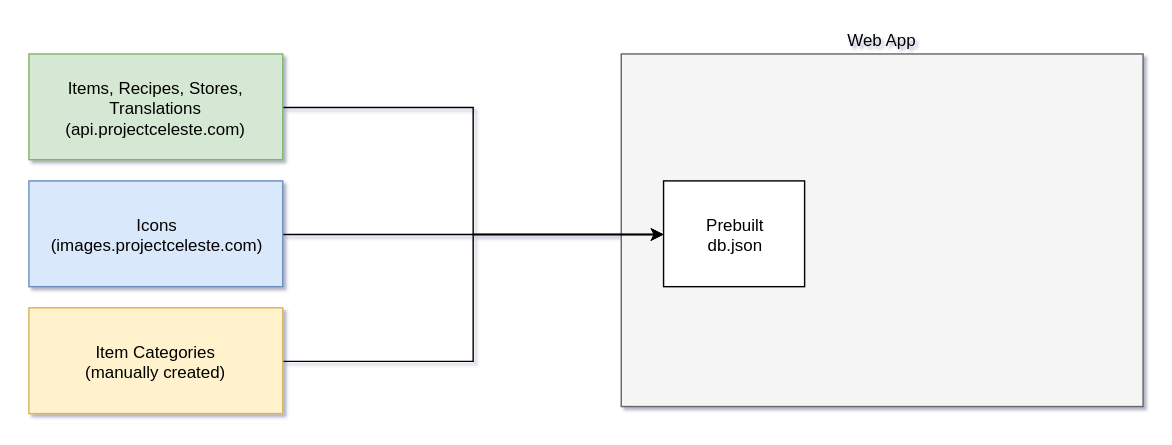
Before: docs/architecture.svg, a diagram exported from draw.io (n4bb12/celeste-search). Source tidied: cells renumbered, new cells last; positions are measured from the earlier drawing's top-left corner, leaving out a move shared by most shapes. Its diagram source:
```xml
<mxGraphModel shadow="1">
  <root>
    <mxCell id="0" />
    <mxCell id="1" parent="0" />
    <mxCell id="2" value="Web App" style="rounded=0;whiteSpace=wrap;html=1;labelPosition=center;verticalLabelPosition=top;align=center;verticalAlign=bottom;fillColor=#f5f5f5;strokeColor=#666666;" parent="1" vertex="1">
      <mxGeometry x="420" width="370" height="250" as="geometry" />
    </mxCell>
    <mxCell id="3" value="Prebuilt&lt;br&gt;db.json" style="rounded=0;whiteSpace=wrap;html=1;" parent="1" vertex="1">
      <mxGeometry x="450" y="90" width="100" height="75" as="geometry" />
    </mxCell>
    <mxCell id="4" style="edgeStyle=orthogonalEdgeStyle;rounded=0;html=1;exitX=1;exitY=0.5;entryX=0;entryY=0.5;jettySize=auto;" parent="1" edge="1" source="5" target="3">
      <mxGeometry relative="1" as="geometry" />
    </mxCell>
    <mxCell id="5" value="Items, Recipes, Stores, Translations&lt;br&gt;(api.projectceleste.com)&lt;br&gt;" style="rounded=0;whiteSpace=wrap;html=1;fillColor=#d5e8d4;strokeColor=#82b366;" parent="1" vertex="1">
      <mxGeometry width="180" height="75" as="geometry" />
    </mxCell>
    <mxCell id="6" style="edgeStyle=orthogonalEdgeStyle;rounded=0;html=1;exitX=1;exitY=0.5;entryX=0;entryY=0.5;jettySize=auto;" parent="1" edge="1" source="7" target="3">
      <mxGeometry relative="1" as="geometry" />
    </mxCell>
    <mxCell id="7" value="Icons&lt;br&gt;(images.projectceleste.com)&lt;br&gt;" style="rounded=0;whiteSpace=wrap;html=1;fillColor=#dae8fc;strokeColor=#6c8ebf;" parent="1" vertex="1">
      <mxGeometry y="90" width="180" height="75" as="geometry" />
    </mxCell>
    <mxCell id="8" style="edgeStyle=orthogonalEdgeStyle;rounded=0;html=1;exitX=1;exitY=0.5;entryX=0;entryY=0.5;jettySize=auto;" parent="1" edge="1" source="9" target="3">
      <mxGeometry relative="1" as="geometry" />
    </mxCell>
    <mxCell id="9" value="Item Categories&lt;br&gt;(manually created)&lt;br&gt;" style="rounded=0;whiteSpace=wrap;html=1;fillColor=#fff2cc;strokeColor=#d6b656;" parent="1" vertex="1">
      <mxGeometry y="180" width="180" height="75" as="geometry" />
    </mxCell>
  </root>
</mxGraphModel>
```
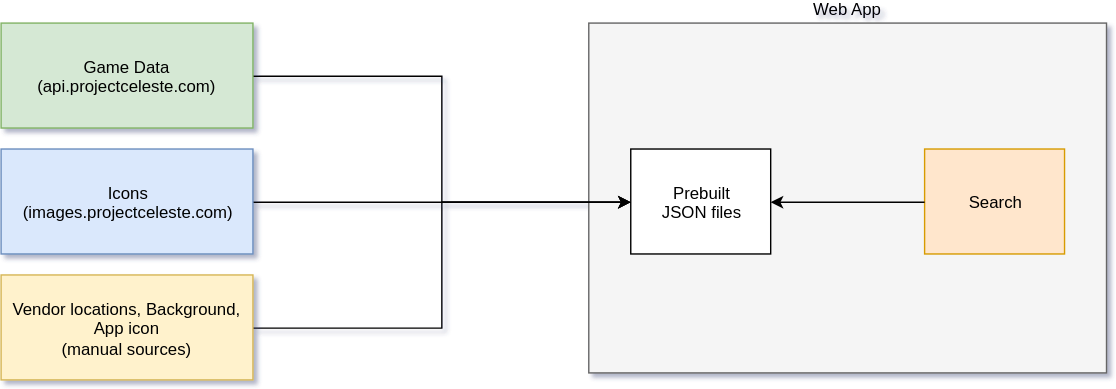
Above is the later version.

Change to the diagram source:
```diff
@@ -5,13 +5,13 @@
     <mxCell id="2" value="Web App" style="rounded=0;whiteSpace=wrap;html=1;labelPosition=center;verticalLabelPosition=top;align=center;verticalAlign=bottom;fillColor=#f5f5f5;strokeColor=#666666;" parent="1" vertex="1">
       <mxGeometry x="420" width="370" height="250" as="geometry" />
     </mxCell>
-    <mxCell id="3" value="Prebuilt&lt;br&gt;db.json" style="rounded=0;whiteSpace=wrap;html=1;" parent="1" vertex="1">
+    <mxCell id="3" value="Prebuilt&lt;br&gt;JSON files" style="rounded=0;whiteSpace=wrap;html=1;" parent="1" vertex="1">
       <mxGeometry x="450" y="90" width="100" height="75" as="geometry" />
     </mxCell>
     <mxCell id="4" style="edgeStyle=orthogonalEdgeStyle;rounded=0;html=1;exitX=1;exitY=0.5;entryX=0;entryY=0.5;jettySize=auto;" parent="1" edge="1" source="5" target="3">
       <mxGeometry relative="1" as="geometry" />
     </mxCell>
-    <mxCell id="5" value="Items, Recipes, Stores, Translations&lt;br&gt;(api.projectceleste.com)&lt;br&gt;" style="rounded=0;whiteSpace=wrap;html=1;fillColor=#d5e8d4;strokeColor=#82b366;" parent="1" vertex="1">
+    <mxCell id="5" value="Game Data (api.projectceleste.com)&lt;br&gt;" style="rounded=0;whiteSpace=wrap;html=1;fillColor=#d5e8d4;strokeColor=#82b366;" parent="1" vertex="1">
       <mxGeometry width="180" height="75" as="geometry" />
     </mxCell>
     <mxCell id="6" style="edgeStyle=orthogonalEdgeStyle;rounded=0;html=1;exitX=1;exitY=0.5;entryX=0;entryY=0.5;jettySize=auto;" parent="1" edge="1" source="7" target="3">
@@ -23,8 +23,14 @@
     <mxCell id="8" style="edgeStyle=orthogonalEdgeStyle;rounded=0;html=1;exitX=1;exitY=0.5;entryX=0;entryY=0.5;jettySize=auto;" parent="1" edge="1" source="9" target="3">
       <mxGeometry relative="1" as="geometry" />
     </mxCell>
-    <mxCell id="9" value="Item Categories&lt;br&gt;(manually created)&lt;br&gt;" style="rounded=0;whiteSpace=wrap;html=1;fillColor=#fff2cc;strokeColor=#d6b656;" parent="1" vertex="1">
+    <mxCell id="9" value="Vendor locations, Background, App icon&lt;br&gt;(manual sources)&lt;br&gt;" style="rounded=0;whiteSpace=wrap;html=1;fillColor=#fff2cc;strokeColor=#d6b656;" parent="1" vertex="1">
       <mxGeometry y="180" width="180" height="75" as="geometry" />
     </mxCell>
+    <mxCell id="10" value="Search&lt;br&gt;" style="rounded=0;whiteSpace=wrap;html=1;fillColor=#ffe6cc;strokeColor=#d79b00;" parent="1" vertex="1">
+      <mxGeometry x="660" y="90" width="100" height="75" as="geometry" />
+    </mxCell>
+    <mxCell id="11" style="endArrow=classic;html=1;exitX=0;exitY=0.5;exitDx=0;exitDy=0;entryX=1;entryY=0.5;entryDx=0;entryDy=0;" parent="1" edge="1" source="10" target="3">
+      <mxGeometry relative="1" as="geometry" />
+    </mxCell>
   </root>
 </mxGraphModel>
```
